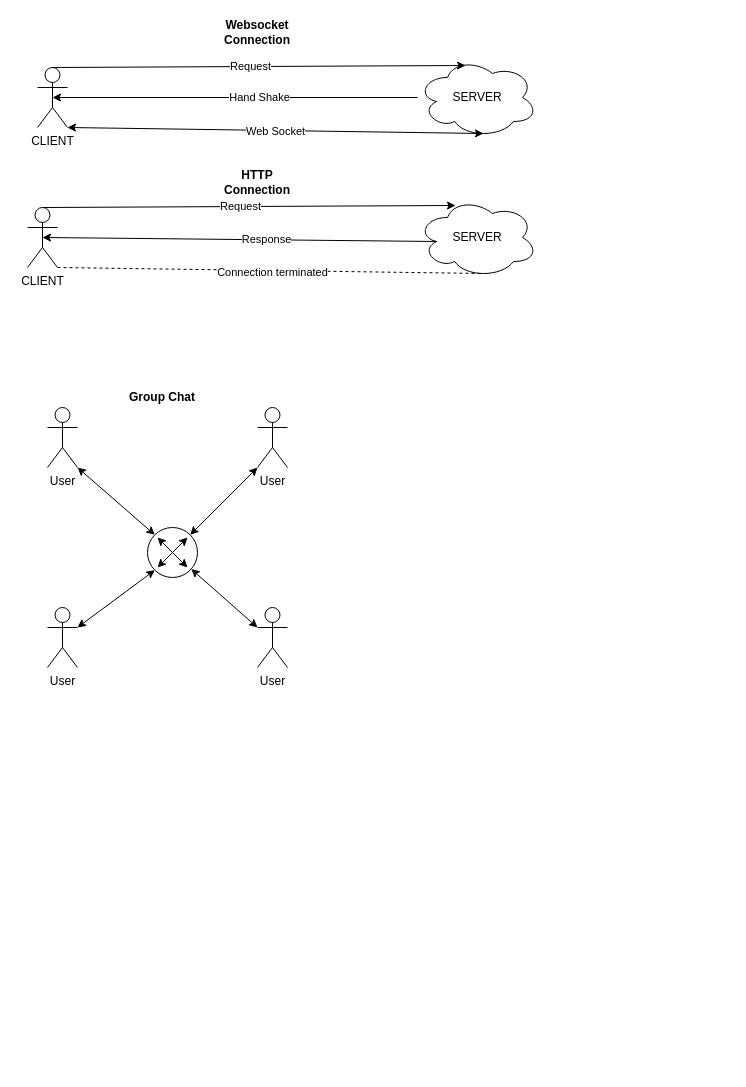
This is ChatAppDiagram.drawio from stevan002/ChatApp, a draw.io file, before an edit. Source tidied: cells renumbered, new cells numbered last; positions are measured from the earlier drawing's top-left corner, leaving out a move shared by most shapes. Both pictures are drawn from the tidied source at 100%, with x=0, y=0 at pixel (27, 17).
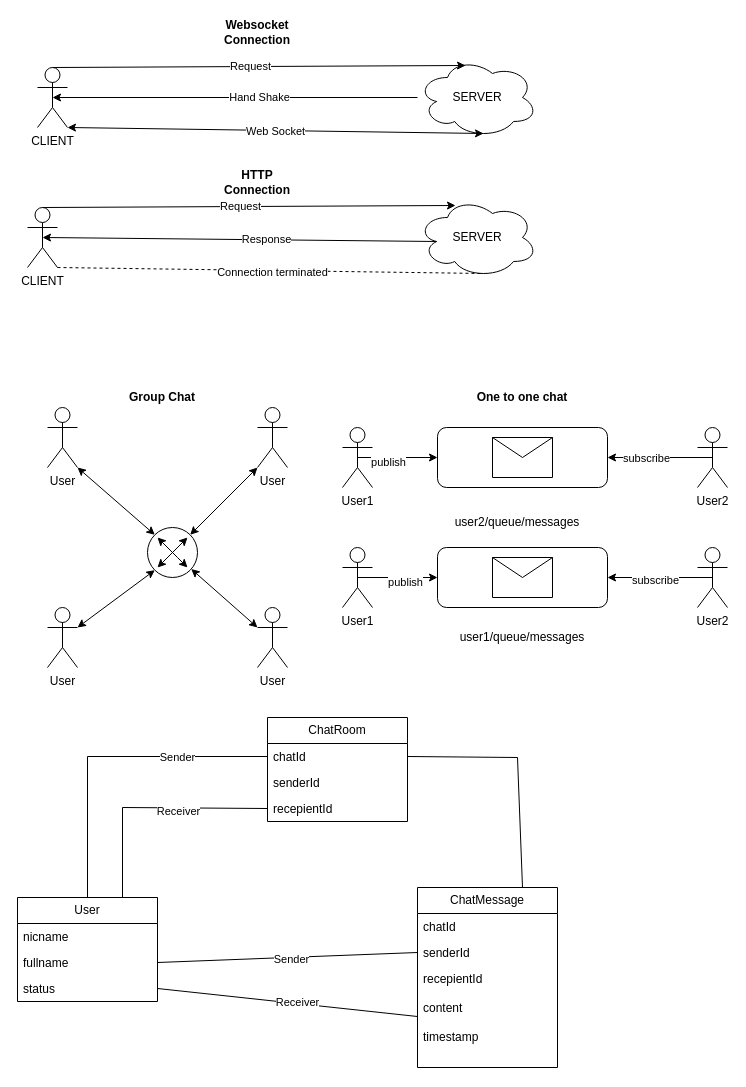
The same page after the edit.

Commit message (it also covers changes not shown here):
Edit diagram and create project for one-on-one chat app

Diff of the diagram source:
```diff
@@
+    <mxCell id="33" style="edgeStyle=orthogonalEdgeStyle;rounded=0;jettySize=auto;html=1;exitX=0.5;exitY=0.5;exitDx=0;exitDy=0;exitPerimeter=0;entryX=0;entryY=0.5;entryDx=0;entryDy=0;" parent="1" edge="1" source="35" target="39">
+      <mxGeometry relative="1" as="geometry" />
+    </mxCell>
+    <mxCell id="34" value="publish" style="edgeLabel;html=1;align=center;verticalAlign=middle;" parent="33" vertex="1">
+      <mxGeometry x="-0.25" y="-4" relative="1" as="geometry" />
+    </mxCell>
+    <mxCell id="35" value="User1" style="shape=umlActor;verticalLabelPosition=bottom;verticalAlign=top;html=1;outlineConnect=0;" parent="1" vertex="1">
+      <mxGeometry x="315" y="410" width="30" height="60" as="geometry" />
+    </mxCell>
+    <mxCell id="36" style="edgeStyle=orthogonalEdgeStyle;rounded=0;jettySize=auto;html=1;exitX=0.5;exitY=0.5;exitDx=0;exitDy=0;exitPerimeter=0;entryX=1;entryY=0.5;entryDx=0;entryDy=0;" parent="1" edge="1" source="38" target="39">
+      <mxGeometry relative="1" as="geometry" />
+    </mxCell>
+    <mxCell id="37" value="subscribe" style="edgeLabel;html=1;align=center;verticalAlign=middle;" parent="36" vertex="1">
+      <mxGeometry x="0.28" relative="1" as="geometry" />
+    </mxCell>
+    <mxCell id="38" value="User2" style="shape=umlActor;verticalLabelPosition=bottom;verticalAlign=top;html=1;outlineConnect=0;" parent="1" vertex="1">
+      <mxGeometry x="670" y="410" width="30" height="60" as="geometry" />
+    </mxCell>
+    <mxCell id="39" style="rounded=1;whiteSpace=wrap;html=1;" parent="1" vertex="1">
+      <mxGeometry x="410" y="410" width="170" height="60" as="geometry" />
+    </mxCell>
+    <mxCell id="40" value="&lt;b&gt;One to one chat&lt;/b&gt;" style="text;html=1;strokeColor=none;fillColor=none;align=center;verticalAlign=middle;whiteSpace=wrap;rounded=0;" parent="1" vertex="1">
+      <mxGeometry x="410" y="365" width="170" height="30" as="geometry" />
+    </mxCell>
+    <mxCell id="41" style="shape=message;html=1;html=1;labelPosition=center;verticalLabelPosition=bottom;align=center;verticalAlign=top;" parent="1" vertex="1">
+      <mxGeometry x="465" y="420" width="60" height="40" as="geometry" />
+    </mxCell>
+    <mxCell id="42" value="user2/queue/messages" style="text;html=1;strokeColor=none;fillColor=none;align=center;verticalAlign=middle;whiteSpace=wrap;rounded=0;" parent="1" vertex="1">
+      <mxGeometry x="460" y="490" width="60" height="30" as="geometry" />
+    </mxCell>
+    <mxCell id="43" style="edgeStyle=orthogonalEdgeStyle;rounded=0;jettySize=auto;html=1;exitX=0.5;exitY=0.5;exitDx=0;exitDy=0;exitPerimeter=0;entryX=0;entryY=0.5;entryDx=0;entryDy=0;" parent="1" edge="1" source="45" target="49">
+      <mxGeometry relative="1" as="geometry" />
+    </mxCell>
+    <mxCell id="44" value="publish" style="edgeLabel;html=1;align=center;verticalAlign=middle;" parent="43" vertex="1">
+      <mxGeometry x="0.17" y="-4" relative="1" as="geometry" />
+    </mxCell>
+    <mxCell id="45" value="User1" style="shape=umlActor;verticalLabelPosition=bottom;verticalAlign=top;html=1;outlineConnect=0;" parent="1" vertex="1">
+      <mxGeometry x="315" y="530" width="30" height="60" as="geometry" />
+    </mxCell>
+    <mxCell id="46" style="edgeStyle=orthogonalEdgeStyle;rounded=0;jettySize=auto;html=1;exitX=0.5;exitY=0.5;exitDx=0;exitDy=0;exitPerimeter=0;entryX=1;entryY=0.5;entryDx=0;entryDy=0;" parent="1" edge="1" source="48" target="49">
+      <mxGeometry relative="1" as="geometry" />
+    </mxCell>
+    <mxCell id="47" value="subscribe" style="edgeLabel;html=1;align=center;verticalAlign=middle;" parent="46" vertex="1">
+      <mxGeometry x="0.1" y="2" relative="1" as="geometry" />
+    </mxCell>
+    <mxCell id="48" value="User2" style="shape=umlActor;verticalLabelPosition=bottom;verticalAlign=top;html=1;outlineConnect=0;" parent="1" vertex="1">
+      <mxGeometry x="670" y="530" width="30" height="60" as="geometry" />
+    </mxCell>
+    <mxCell id="49" style="rounded=1;whiteSpace=wrap;html=1;" parent="1" vertex="1">
+      <mxGeometry x="410" y="530" width="170" height="60" as="geometry" />
+    </mxCell>
+    <mxCell id="50" style="shape=message;html=1;html=1;labelPosition=center;verticalLabelPosition=bottom;align=center;verticalAlign=top;" parent="1" vertex="1">
+      <mxGeometry x="465" y="540" width="60" height="40" as="geometry" />
+    </mxCell>
+    <mxCell id="51" value="user1/queue/messages" style="text;html=1;strokeColor=none;fillColor=none;align=center;verticalAlign=middle;whiteSpace=wrap;rounded=0;" parent="1" vertex="1">
+      <mxGeometry x="465" y="605" width="60" height="30" as="geometry" />
+    </mxCell>
+    <mxCell id="52" value="User" style="swimlane;fontStyle=0;horizontal=1;startSize=26;fillColor=none;whiteSpace=wrap;html=1;" parent="1" vertex="1">
+      <mxGeometry x="-10" y="880" width="140" height="104" as="geometry" />
+    </mxCell>
+    <mxCell id="53" value="nicname" style="text;strokeColor=none;fillColor=none;align=left;verticalAlign=top;spacingLeft=4;spacingRight=4;overflow=hidden;whiteSpace=wrap;html=1;" parent="52" vertex="1">
+      <mxGeometry y="26" width="140" height="26" as="geometry" />
+    </mxCell>
+    <mxCell id="54" value="fullname" style="text;strokeColor=none;fillColor=none;align=left;verticalAlign=top;spacingLeft=4;spacingRight=4;overflow=hidden;points=[[0,0.5],[1,0.5]];portConstraint=eastwest;whiteSpace=wrap;html=1;" parent="52" vertex="1">
+      <mxGeometry y="52" width="140" height="26" as="geometry" />
+    </mxCell>
+    <mxCell id="55" value="status" style="text;strokeColor=none;fillColor=none;align=left;verticalAlign=top;spacingLeft=4;spacingRight=4;overflow=hidden;points=[[0,0.5],[1,0.5]];portConstraint=eastwest;whiteSpace=wrap;html=1;" parent="52" vertex="1">
+      <mxGeometry y="78" width="140" height="26" as="geometry" />
+    </mxCell>
+    <mxCell id="56" value="ChatRoom" style="swimlane;fontStyle=0;horizontal=1;startSize=26;fillColor=none;whiteSpace=wrap;html=1;" parent="1" vertex="1">
+      <mxGeometry x="240" y="700" width="140" height="104" as="geometry" />
+    </mxCell>
+    <mxCell id="57" value="chatId" style="text;strokeColor=none;fillColor=none;align=left;verticalAlign=top;spacingLeft=4;spacingRight=4;overflow=hidden;points=[[0,0.5],[1,0.5]];portConstraint=eastwest;whiteSpace=wrap;html=1;" parent="56" vertex="1">
+      <mxGeometry y="26" width="140" height="26" as="geometry" />
+    </mxCell>
+    <mxCell id="58" value="senderId" style="text;strokeColor=none;fillColor=none;align=left;verticalAlign=top;spacingLeft=4;spacingRight=4;overflow=hidden;whiteSpace=wrap;html=1;" parent="56" vertex="1">
+      <mxGeometry y="52" width="140" height="26" as="geometry" />
+    </mxCell>
+    <mxCell id="59" value="recepientId" style="text;strokeColor=none;fillColor=none;align=left;verticalAlign=top;spacingLeft=4;spacingRight=4;overflow=hidden;points=[[0,0.5],[1,0.5]];portConstraint=eastwest;whiteSpace=wrap;html=1;" parent="56" vertex="1">
+      <mxGeometry y="78" width="140" height="26" as="geometry" />
+    </mxCell>
+    <mxCell id="60" value="ChatMessage" style="swimlane;fontStyle=0;horizontal=1;startSize=26;fillColor=none;whiteSpace=wrap;html=1;" parent="1" vertex="1">
+      <mxGeometry x="390" y="870" width="140" height="180" as="geometry" />
+    </mxCell>
+    <mxCell id="61" value="chatId" style="text;strokeColor=none;fillColor=none;align=left;verticalAlign=top;spacingLeft=4;spacingRight=4;overflow=hidden;whiteSpace=wrap;html=1;" parent="60" vertex="1">
+      <mxGeometry y="26" width="140" height="26" as="geometry" />
+    </mxCell>
+    <mxCell id="62" value="senderId" style="text;strokeColor=none;fillColor=none;align=left;verticalAlign=top;spacingLeft=4;spacingRight=4;overflow=hidden;points=[[0,0.5],[1,0.5]];portConstraint=eastwest;whiteSpace=wrap;html=1;" parent="60" vertex="1">
+      <mxGeometry y="52" width="140" height="26" as="geometry" />
+    </mxCell>
+    <mxCell id="63" value="recepientId&lt;br&gt;&lt;br&gt;content&lt;br&gt;&lt;br&gt;timestamp" style="text;strokeColor=none;fillColor=none;align=left;verticalAlign=top;spacingLeft=4;spacingRight=4;overflow=hidden;points=[[0,0.5],[1,0.5]];portConstraint=eastwest;whiteSpace=wrap;html=1;" parent="60" vertex="1">
+      <mxGeometry y="78" width="140" height="102" as="geometry" />
+    </mxCell>
+    <mxCell id="64" style="endArrow=none;html=1;rounded=0;exitX=0.5;exitY=0;exitDx=0;exitDy=0;entryX=0;entryY=0.5;entryDx=0;entryDy=0;" parent="1" edge="1" source="52" target="57">
+      <mxGeometry relative="1" as="geometry">
+        <Array as="points">
+          <mxPoint x="60" y="739" />
+        </Array>
+      </mxGeometry>
+    </mxCell>
+    <mxCell id="65" value="Sender" style="edgeLabel;html=1;align=center;verticalAlign=middle;" parent="64" vertex="1">
+      <mxGeometry x="0.43" relative="1" as="geometry" />
+    </mxCell>
+    <mxCell id="66" style="endArrow=none;html=1;rounded=0;entryX=0;entryY=0.5;entryDx=0;entryDy=0;exitX=0.75;exitY=0;exitDx=0;exitDy=0;" parent="1" edge="1" source="52" target="59">
+      <mxGeometry relative="1" as="geometry">
+        <Array as="points">
+          <mxPoint x="95" y="790" />
+        </Array>
+      </mxGeometry>
+    </mxCell>
+    <mxCell id="67" value="Receiver" style="edgeLabel;html=1;align=center;verticalAlign=middle;" parent="66" vertex="1">
+      <mxGeometry x="0.24" y="-3" relative="1" as="geometry" />
+    </mxCell>
+    <mxCell id="68" style="endArrow=none;html=1;rounded=0;exitX=1;exitY=0.5;exitDx=0;exitDy=0;entryX=0;entryY=0.5;entryDx=0;entryDy=0;" parent="1" edge="1" source="54" target="62">
+      <mxGeometry relative="1" as="geometry" />
+    </mxCell>
+    <mxCell id="69" value="Sender" style="edgeLabel;html=1;align=center;verticalAlign=middle;" parent="68" vertex="1">
+      <mxGeometry x="0.03" y="-2" relative="1" as="geometry" />
+    </mxCell>
+    <mxCell id="70" style="endArrow=none;html=1;rounded=0;exitX=1;exitY=0.5;exitDx=0;exitDy=0;entryX=0;entryY=0.5;entryDx=0;entryDy=0;" parent="1" edge="1" source="55" target="63">
+      <mxGeometry relative="1" as="geometry" />
+    </mxCell>
+    <mxCell id="71" value="Receiver" style="edgeLabel;html=1;align=center;verticalAlign=middle;" parent="70" vertex="1">
+      <mxGeometry x="0.07" y="1" relative="1" as="geometry" />
+    </mxCell>
+    <mxCell id="72" style="endArrow=none;html=1;rounded=0;entryX=1;entryY=0.5;entryDx=0;entryDy=0;exitX=0.75;exitY=0;exitDx=0;exitDy=0;" parent="1" edge="1" source="60" target="57">
+      <mxGeometry relative="1" as="geometry">
+        <Array as="points">
+          <mxPoint x="490" y="740" />
+        </Array>
+      </mxGeometry>
+    </mxCell>
```
